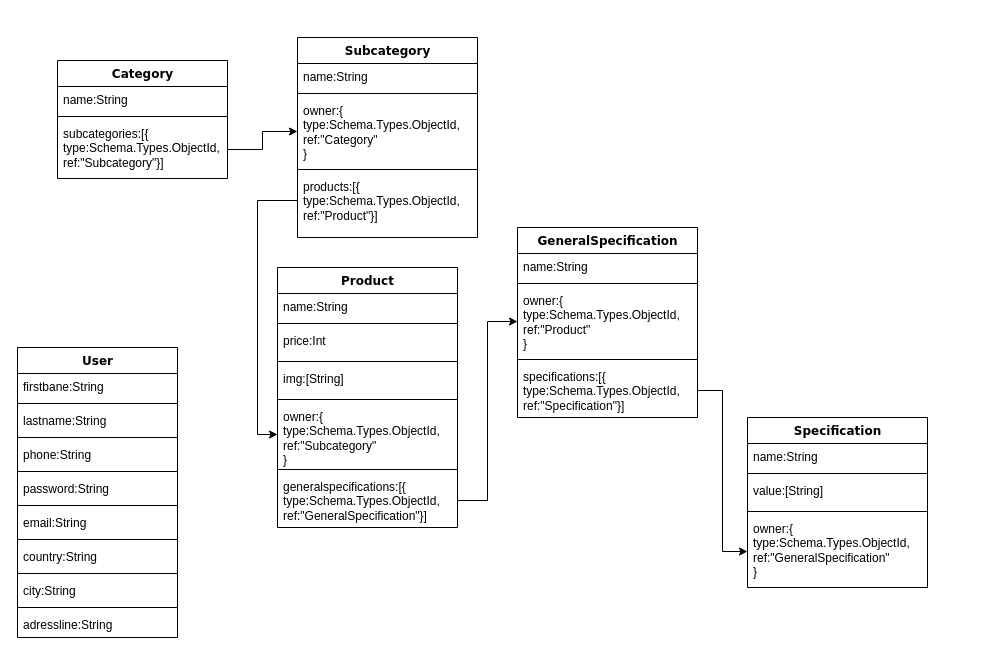
Above: Диаграмма без названия.drawio in Gulianna230488/TeamChallengeBack (draw.io), before the change. Source tidied: cells renumbered, new cells numbered last; positions are measured from the earlier drawing's top-left corner, leaving out a move shared by most shapes. Both pictures are drawn from the tidied source at 100%, with x=0, y=0 at pixel (17, 37).
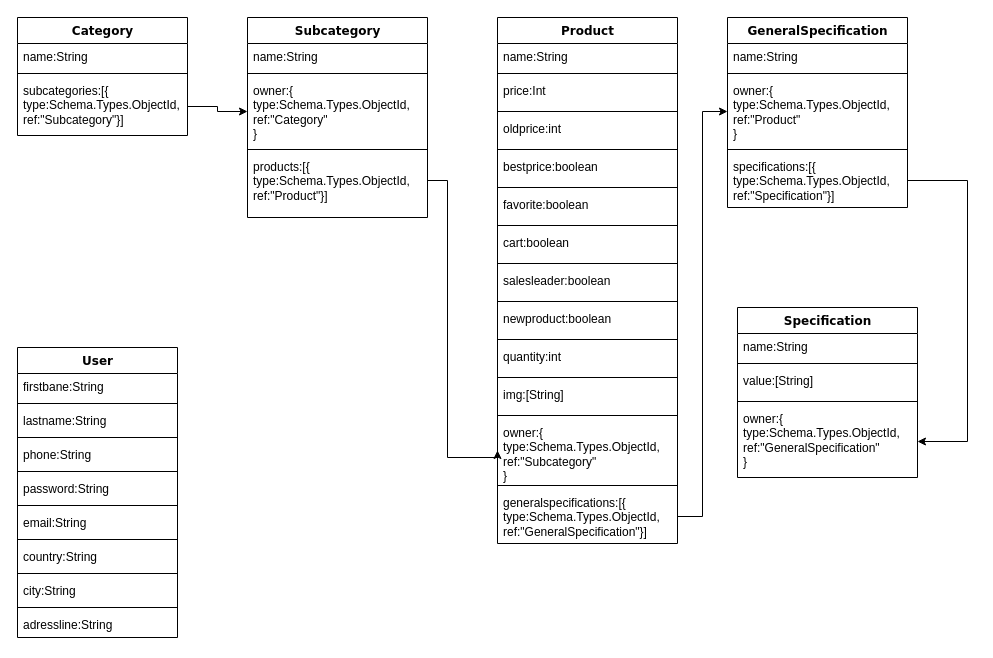
The same page after the edit.

Unchanged cells that the change refers to:
```xml
<mxCell id="40" value="owner:{&lt;div&gt;type:Schema.Types.ObjectId,&lt;/div&gt;&lt;div&gt;ref:&quot;&lt;font face=&quot;Helvetica&quot;&gt;GeneralSpecification&lt;/font&gt;&quot;&lt;/div&gt;&lt;div&gt;}&lt;/div&gt;" style="text;html=1;strokeColor=none;fillColor=none;align=left;verticalAlign=top;spacingLeft=4;spacingRight=4;whiteSpace=wrap;overflow=hidden;points=[[0,0.5],[1,0.5]];portConstraint=eastwest;" parent="35" vertex="1">
  <mxGeometry y="98" width="180" height="72" as="geometry" />
</mxCell>
```

What changed in the source:
```diff
@@
-    <mxCell id="2" value="Category" style="swimlane;html=1;fontStyle=1;align=center;verticalAlign=top;horizontal=1;startSize=26;swimlaneFillColor=#ffffff;rounded=0;shadow=0;comic=0;labelBackgroundColor=none;strokeWidth=1;fillColor=none;fontFamily=Verdana;fontSize=12;" parent="1" vertex="1">
-      <mxGeometry x="40" y="23" width="170" height="118" as="geometry" />
-    </mxCell>
-    <mxCell id="3" value="name:String" style="text;html=1;strokeColor=none;fillColor=none;align=left;verticalAlign=top;spacingLeft=4;spacingRight=4;whiteSpace=wrap;overflow=hidden;" parent="2" vertex="1">
-      <mxGeometry y="26" width="170" height="26" as="geometry" />
-    </mxCell>
-    <mxCell id="4" style="line;html=1;strokeWidth=1;fillColor=none;align=left;verticalAlign=middle;spacingTop=-1;spacingLeft=3;spacingRight=3;labelPosition=right;" parent="2" vertex="1">
-      <mxGeometry y="52" width="170" height="8" as="geometry" />
-    </mxCell>
-    <mxCell id="5" value="subcategories:[{&lt;div&gt;type:Schema.Types.ObjectId,&lt;/div&gt;&lt;div&gt;ref:&quot;Subcategory&quot;}]&lt;/div&gt;" style="text;html=1;strokeColor=none;fillColor=none;align=left;verticalAlign=top;spacingLeft=4;spacingRight=4;whiteSpace=wrap;overflow=hidden;points=[[0,0.5],[1,0.5]];portConstraint=eastwest;" parent="2" vertex="1">
-      <mxGeometry y="60" width="170" height="58" as="geometry" />
-    </mxCell>
-    <mxCell id="6" value="&lt;span style=&quot;text-align: left; text-wrap: wrap;&quot;&gt;&lt;font face=&quot;Verdana&quot;&gt;Subcategory&lt;/font&gt;&lt;/span&gt;" style="swimlane;html=1;fontStyle=1;align=center;verticalAlign=top;horizontal=1;startSize=26;swimlaneFillColor=#ffffff;rounded=0;shadow=0;comic=0;labelBackgroundColor=none;strokeWidth=1;fillColor=none;fontFamily=Verdana;fontSize=12;" parent="1" vertex="1">
-      <mxGeometry x="280" width="180" height="200" as="geometry" />
-    </mxCell>
-    <mxCell id="7" value="name:String" style="text;html=1;strokeColor=none;fillColor=none;align=left;verticalAlign=top;spacingLeft=4;spacingRight=4;whiteSpace=wrap;overflow=hidden;" parent="6" vertex="1">
-      <mxGeometry y="26" width="180" height="26" as="geometry" />
-    </mxCell>
-    <mxCell id="8" style="line;html=1;strokeWidth=1;fillColor=none;align=left;verticalAlign=middle;spacingTop=-1;spacingLeft=3;spacingRight=3;labelPosition=right;" parent="6" vertex="1">
-      <mxGeometry y="52" width="180" height="8" as="geometry" />
-    </mxCell>
-    <mxCell id="9" value="owner:{&lt;div&gt;type:Schema.Types.ObjectId,&lt;/div&gt;&lt;div&gt;ref:&quot;Category&quot;&lt;/div&gt;&lt;div&gt;}&lt;/div&gt;" style="text;html=1;strokeColor=none;fillColor=none;align=left;verticalAlign=top;spacingLeft=4;spacingRight=4;whiteSpace=wrap;overflow=hidden;points=[[0,0.5],[1,0.5]];portConstraint=eastwest;" parent="6" vertex="1">
-      <mxGeometry y="60" width="180" height="68" as="geometry" />
-    </mxCell>
-    <mxCell id="10" style="line;html=1;strokeWidth=1;fillColor=none;align=left;verticalAlign=middle;spacingTop=-1;spacingLeft=3;spacingRight=3;labelPosition=right;" parent="6" vertex="1">
-      <mxGeometry y="128" width="180" height="8" as="geometry" />
-    </mxCell>
-    <mxCell id="11" value="products:[{&lt;div&gt;type:Schema.Types.ObjectId,&lt;/div&gt;&lt;div&gt;ref:&quot;&lt;font face=&quot;Helvetica&quot;&gt;Product&lt;/font&gt;&quot;}]&lt;/div&gt;" style="text;html=1;strokeColor=none;fillColor=none;align=left;verticalAlign=top;spacingLeft=4;spacingRight=4;whiteSpace=wrap;overflow=hidden;points=[[0,0.5],[1,0.5]];portConstraint=eastwest;" parent="6" vertex="1">
-      <mxGeometry y="136" width="180" height="54" as="geometry" />
-    </mxCell>
@@
-    <mxCell id="28" value="&lt;span style=&quot;text-align: left; text-wrap: wrap;&quot;&gt;&lt;font face=&quot;Verdana&quot;&gt;GeneralSpecification&lt;/font&gt;&lt;/span&gt;" style="swimlane;html=1;fontStyle=1;align=center;verticalAlign=top;horizontal=1;startSize=26;swimlaneFillColor=#ffffff;rounded=0;shadow=0;comic=0;labelBackgroundColor=none;strokeWidth=1;fillColor=none;fontFamily=Verdana;fontSize=12;" parent="1" vertex="1">
-      <mxGeometry x="500" y="190" width="180" height="190" as="geometry" />
-    </mxCell>
-    <mxCell id="29" value="name:String" style="text;html=1;strokeColor=none;fillColor=none;align=left;verticalAlign=top;spacingLeft=4;spacingRight=4;whiteSpace=wrap;overflow=hidden;" parent="28" vertex="1">
-      <mxGeometry y="26" width="180" height="26" as="geometry" />
-    </mxCell>
-    <mxCell id="30" style="line;html=1;strokeWidth=1;fillColor=none;align=left;verticalAlign=middle;spacingTop=-1;spacingLeft=3;spacingRight=3;labelPosition=right;" parent="28" vertex="1">
-      <mxGeometry y="52" width="180" height="8" as="geometry" />
-    </mxCell>
-    <mxCell id="31" value="owner:{&lt;div&gt;type:Schema.Types.ObjectId,&lt;/div&gt;&lt;div&gt;ref:&quot;&lt;font style=&quot;&quot; face=&quot;Helvetica&quot;&gt;Product&lt;/font&gt;&quot;&lt;/div&gt;&lt;div&gt;}&lt;/div&gt;" style="text;html=1;strokeColor=none;fillColor=none;align=left;verticalAlign=top;spacingLeft=4;spacingRight=4;whiteSpace=wrap;overflow=hidden;points=[[0,0.5],[1,0.5]];portConstraint=eastwest;" parent="28" vertex="1">
-      <mxGeometry y="60" width="180" height="68" as="geometry" />
-    </mxCell>
-    <mxCell id="32" style="line;html=1;strokeWidth=1;fillColor=none;align=left;verticalAlign=middle;spacingTop=-1;spacingLeft=3;spacingRight=3;labelPosition=right;" parent="28" vertex="1">
-      <mxGeometry y="128" width="180" height="8" as="geometry" />
-    </mxCell>
-    <mxCell id="33" value="specifications:[{&lt;div&gt;type:Schema.Types.ObjectId,&lt;/div&gt;&lt;div&gt;ref:&quot;Specification&quot;}]&lt;/div&gt;" style="text;html=1;strokeColor=none;fillColor=none;align=left;verticalAlign=top;spacingLeft=4;spacingRight=4;whiteSpace=wrap;overflow=hidden;points=[[0,0.5],[1,0.5]];portConstraint=eastwest;" parent="28" vertex="1">
-      <mxGeometry y="136" width="180" height="54" as="geometry" />
-    </mxCell>
+    <mxCell id="2" value="Category" style="swimlane;html=1;fontStyle=1;align=center;verticalAlign=top;horizontal=1;startSize=26;swimlaneFillColor=#ffffff;rounded=0;shadow=0;comic=0;labelBackgroundColor=none;strokeWidth=1;fillColor=none;fontFamily=Verdana;fontSize=12;" parent="1" vertex="1">
+      <mxGeometry y="-20" width="170" height="118" as="geometry" />
+    </mxCell>
+    <mxCell id="3" value="name:String" style="text;html=1;strokeColor=none;fillColor=none;align=left;verticalAlign=top;spacingLeft=4;spacingRight=4;whiteSpace=wrap;overflow=hidden;" parent="2" vertex="1">
+      <mxGeometry y="26" width="170" height="26" as="geometry" />
+    </mxCell>
+    <mxCell id="4" style="line;html=1;strokeWidth=1;fillColor=none;align=left;verticalAlign=middle;spacingTop=-1;spacingLeft=3;spacingRight=3;labelPosition=right;" parent="2" vertex="1">
+      <mxGeometry y="52" width="170" height="8" as="geometry" />
+    </mxCell>
+    <mxCell id="5" value="subcategories:[{&lt;div&gt;type:Schema.Types.ObjectId,&lt;/div&gt;&lt;div&gt;ref:&quot;Subcategory&quot;}]&lt;/div&gt;" style="text;html=1;strokeColor=none;fillColor=none;align=left;verticalAlign=top;spacingLeft=4;spacingRight=4;whiteSpace=wrap;overflow=hidden;points=[[0,0.5],[1,0.5]];portConstraint=eastwest;" parent="2" vertex="1">
+      <mxGeometry y="60" width="170" height="58" as="geometry" />
+    </mxCell>
+    <mxCell id="6" value="&lt;span style=&quot;text-align: left; text-wrap: wrap;&quot;&gt;&lt;font face=&quot;Verdana&quot;&gt;Subcategory&lt;/font&gt;&lt;/span&gt;" style="swimlane;html=1;fontStyle=1;align=center;verticalAlign=top;horizontal=1;startSize=26;swimlaneFillColor=#ffffff;rounded=0;shadow=0;comic=0;labelBackgroundColor=none;strokeWidth=1;fillColor=none;fontFamily=Verdana;fontSize=12;" parent="1" vertex="1">
+      <mxGeometry x="230" y="-20" width="180" height="200" as="geometry" />
+    </mxCell>
+    <mxCell id="54" value="name:String" style="text;html=1;strokeColor=none;fillColor=none;align=left;verticalAlign=top;spacingLeft=4;spacingRight=4;whiteSpace=wrap;overflow=hidden;" parent="6" vertex="1">
+      <mxGeometry y="26" width="180" height="26" as="geometry" />
+    </mxCell>
+    <mxCell id="55" style="line;html=1;strokeWidth=1;fillColor=none;align=left;verticalAlign=middle;spacingTop=-1;spacingLeft=3;spacingRight=3;labelPosition=right;" parent="6" vertex="1">
+      <mxGeometry y="52" width="180" height="8" as="geometry" />
+    </mxCell>
+    <mxCell id="9" value="owner:{&lt;div&gt;type:Schema.Types.ObjectId,&lt;/div&gt;&lt;div&gt;ref:&quot;Category&quot;&lt;/div&gt;&lt;div&gt;}&lt;/div&gt;" style="text;html=1;strokeColor=none;fillColor=none;align=left;verticalAlign=top;spacingLeft=4;spacingRight=4;whiteSpace=wrap;overflow=hidden;points=[[0,0.5],[1,0.5]];portConstraint=eastwest;" parent="6" vertex="1">
+      <mxGeometry y="60" width="180" height="68" as="geometry" />
+    </mxCell>
+    <mxCell id="56" style="line;html=1;strokeWidth=1;fillColor=none;align=left;verticalAlign=middle;spacingTop=-1;spacingLeft=3;spacingRight=3;labelPosition=right;" parent="6" vertex="1">
+      <mxGeometry y="128" width="180" height="8" as="geometry" />
+    </mxCell>
+    <mxCell id="11" value="products:[{&lt;div&gt;type:Schema.Types.ObjectId,&lt;/div&gt;&lt;div&gt;ref:&quot;&lt;font face=&quot;Helvetica&quot;&gt;Product&lt;/font&gt;&quot;}]&lt;/div&gt;" style="text;html=1;strokeColor=none;fillColor=none;align=left;verticalAlign=top;spacingLeft=4;spacingRight=4;whiteSpace=wrap;overflow=hidden;points=[[0,0.5],[1,0.5]];portConstraint=eastwest;" parent="6" vertex="1">
+      <mxGeometry y="136" width="180" height="54" as="geometry" />
+    </mxCell>
@@
     <mxCell id="35" value="&lt;span style=&quot;text-align: left; text-wrap: wrap;&quot;&gt;&lt;font face=&quot;Verdana&quot;&gt;Specification&lt;/font&gt;&lt;/span&gt;" style="swimlane;html=1;fontStyle=1;align=center;verticalAlign=top;horizontal=1;startSize=26;swimlaneFillColor=#ffffff;rounded=0;shadow=0;comic=0;labelBackgroundColor=none;strokeWidth=1;fillColor=none;fontFamily=Verdana;fontSize=12;" parent="1" vertex="1">
-      <mxGeometry x="730" y="380" width="180" height="170" as="geometry" />
+      <mxGeometry x="720" y="270" width="180" height="170" as="geometry" />
     </mxCell>
-    <mxCell id="36" value="name:String" style="text;html=1;strokeColor=none;fillColor=none;align=left;verticalAlign=top;spacingLeft=4;spacingRight=4;whiteSpace=wrap;overflow=hidden;" parent="35" vertex="1">
-      <mxGeometry y="26" width="180" height="26" as="geometry" />
-    </mxCell>
-    <mxCell id="37" style="line;html=1;strokeWidth=1;fillColor=none;align=left;verticalAlign=middle;spacingTop=-1;spacingLeft=3;spacingRight=3;labelPosition=right;" parent="35" vertex="1">
-      <mxGeometry y="52" width="180" height="8" as="geometry" />
-    </mxCell>
+    <mxCell id="57" value="name:String" style="text;html=1;strokeColor=none;fillColor=none;align=left;verticalAlign=top;spacingLeft=4;spacingRight=4;whiteSpace=wrap;overflow=hidden;" parent="35" vertex="1">
+      <mxGeometry y="26" width="180" height="26" as="geometry" />
+    </mxCell>
+    <mxCell id="58" style="line;html=1;strokeWidth=1;fillColor=none;align=left;verticalAlign=middle;spacingTop=-1;spacingLeft=3;spacingRight=3;labelPosition=right;" parent="35" vertex="1">
+      <mxGeometry y="52" width="180" height="8" as="geometry" />
+    </mxCell>
@@
-    <mxCell id="39" style="line;html=1;strokeWidth=1;fillColor=none;align=left;verticalAlign=middle;spacingTop=-1;spacingLeft=3;spacingRight=3;labelPosition=right;" parent="35" vertex="1">
-      <mxGeometry y="90" width="180" height="8" as="geometry" />
-    </mxCell>
+    <mxCell id="59" style="line;html=1;strokeWidth=1;fillColor=none;align=left;verticalAlign=middle;spacingTop=-1;spacingLeft=3;spacingRight=3;labelPosition=right;" parent="35" vertex="1">
+      <mxGeometry y="90" width="180" height="8" as="geometry" />
+    </mxCell>
@@
     <mxCell id="41" style="edgeStyle=orthogonalEdgeStyle;rounded=0;jettySize=auto;html=1;" parent="1" edge="1" source="33" target="40">
-      <mxGeometry relative="1" as="geometry" />
+      <mxGeometry relative="1" as="geometry">
+        <Array as="points">
+          <mxPoint x="950" y="143" />
+          <mxPoint x="950" y="404" />
+        </Array>
+      </mxGeometry>
     </mxCell>
     <mxCell id="42" value="&lt;span style=&quot;text-align: left; text-wrap: wrap;&quot;&gt;&lt;font face=&quot;Verdana&quot;&gt;Product&lt;/font&gt;&lt;/span&gt;" style="swimlane;html=1;fontStyle=1;align=center;verticalAlign=top;horizontal=1;startSize=26;swimlaneFillColor=#ffffff;rounded=0;shadow=0;comic=0;labelBackgroundColor=none;strokeWidth=1;fillColor=none;fontFamily=Verdana;fontSize=12;" parent="1" vertex="1">
-      <mxGeometry x="260" y="230" width="180" height="260" as="geometry" />
+      <mxGeometry x="480" y="-20" width="180" height="526" as="geometry" />
     </mxCell>
-    <mxCell id="43" value="name:String" style="text;html=1;strokeColor=none;fillColor=none;align=left;verticalAlign=top;spacingLeft=4;spacingRight=4;whiteSpace=wrap;overflow=hidden;" parent="42" vertex="1">
-      <mxGeometry y="26" width="180" height="26" as="geometry" />
-    </mxCell>
-    <mxCell id="44" style="line;html=1;strokeWidth=1;fillColor=none;align=left;verticalAlign=middle;spacingTop=-1;spacingLeft=3;spacingRight=3;labelPosition=right;" parent="42" vertex="1">
-      <mxGeometry y="52" width="180" height="8" as="geometry" />
-    </mxCell>
+    <mxCell id="60" value="name:String" style="text;html=1;strokeColor=none;fillColor=none;align=left;verticalAlign=top;spacingLeft=4;spacingRight=4;whiteSpace=wrap;overflow=hidden;" parent="42" vertex="1">
+      <mxGeometry y="26" width="180" height="26" as="geometry" />
+    </mxCell>
+    <mxCell id="61" style="line;html=1;strokeWidth=1;fillColor=none;align=left;verticalAlign=middle;spacingTop=-1;spacingLeft=3;spacingRight=3;labelPosition=right;" parent="42" vertex="1">
+      <mxGeometry y="52" width="180" height="8" as="geometry" />
+    </mxCell>
@@
-    <mxCell id="46" style="line;html=1;strokeWidth=1;fillColor=none;align=left;verticalAlign=middle;spacingTop=-1;spacingLeft=3;spacingRight=3;labelPosition=right;" parent="42" vertex="1">
-      <mxGeometry y="90" width="180" height="8" as="geometry" />
-    </mxCell>
+    <mxCell id="62" style="line;html=1;strokeWidth=1;fillColor=none;align=left;verticalAlign=middle;spacingTop=-1;spacingLeft=3;spacingRight=3;labelPosition=right;" parent="42" vertex="1">
+      <mxGeometry y="90" width="180" height="8" as="geometry" />
+    </mxCell>
+    <mxCell id="63" value="oldprice:int" style="text;html=1;strokeColor=none;fillColor=none;align=left;verticalAlign=top;spacingLeft=4;spacingRight=4;whiteSpace=wrap;overflow=hidden;" parent="42" vertex="1">
+      <mxGeometry y="98" width="180" height="30" as="geometry" />
+    </mxCell>
+    <mxCell id="64" style="line;html=1;strokeWidth=1;fillColor=none;align=left;verticalAlign=middle;spacingTop=-1;spacingLeft=3;spacingRight=3;labelPosition=right;" parent="42" vertex="1">
+      <mxGeometry y="128" width="180" height="8" as="geometry" />
+    </mxCell>
+    <mxCell id="65" value="bestprice:boolean" style="text;html=1;strokeColor=none;fillColor=none;align=left;verticalAlign=top;spacingLeft=4;spacingRight=4;whiteSpace=wrap;overflow=hidden;" parent="42" vertex="1">
+      <mxGeometry y="136" width="180" height="30" as="geometry" />
+    </mxCell>
+    <mxCell id="66" style="line;html=1;strokeWidth=1;fillColor=none;align=left;verticalAlign=middle;spacingTop=-1;spacingLeft=3;spacingRight=3;labelPosition=right;" parent="42" vertex="1">
+      <mxGeometry y="166" width="180" height="8" as="geometry" />
+    </mxCell>
+    <mxCell id="67" value="favorite:boolean" style="text;html=1;strokeColor=none;fillColor=none;align=left;verticalAlign=top;spacingLeft=4;spacingRight=4;whiteSpace=wrap;overflow=hidden;" parent="42" vertex="1">
+      <mxGeometry y="174" width="180" height="30" as="geometry" />
+    </mxCell>
+    <mxCell id="68" style="line;html=1;strokeWidth=1;fillColor=none;align=left;verticalAlign=middle;spacingTop=-1;spacingLeft=3;spacingRight=3;labelPosition=right;" parent="42" vertex="1">
+      <mxGeometry y="204" width="180" height="8" as="geometry" />
+    </mxCell>
+    <mxCell id="69" value="cart:boolean" style="text;html=1;strokeColor=none;fillColor=none;align=left;verticalAlign=top;spacingLeft=4;spacingRight=4;whiteSpace=wrap;overflow=hidden;" parent="42" vertex="1">
+      <mxGeometry y="212" width="180" height="30" as="geometry" />
+    </mxCell>
+    <mxCell id="70" style="line;html=1;strokeWidth=1;fillColor=none;align=left;verticalAlign=middle;spacingTop=-1;spacingLeft=3;spacingRight=3;labelPosition=right;" parent="42" vertex="1">
+      <mxGeometry y="242" width="180" height="8" as="geometry" />
+    </mxCell>
+    <mxCell id="71" value="salesleader:boolean" style="text;html=1;strokeColor=none;fillColor=none;align=left;verticalAlign=top;spacingLeft=4;spacingRight=4;whiteSpace=wrap;overflow=hidden;" parent="42" vertex="1">
+      <mxGeometry y="250" width="180" height="30" as="geometry" />
+    </mxCell>
+    <mxCell id="72" style="line;html=1;strokeWidth=1;fillColor=none;align=left;verticalAlign=middle;spacingTop=-1;spacingLeft=3;spacingRight=3;labelPosition=right;" parent="42" vertex="1">
+      <mxGeometry y="280" width="180" height="8" as="geometry" />
+    </mxCell>
+    <mxCell id="73" value="newproduct:boolean" style="text;html=1;strokeColor=none;fillColor=none;align=left;verticalAlign=top;spacingLeft=4;spacingRight=4;whiteSpace=wrap;overflow=hidden;" parent="42" vertex="1">
+      <mxGeometry y="288" width="180" height="30" as="geometry" />
+    </mxCell>
+    <mxCell id="74" style="line;html=1;strokeWidth=1;fillColor=none;align=left;verticalAlign=middle;spacingTop=-1;spacingLeft=3;spacingRight=3;labelPosition=right;" parent="42" vertex="1">
+      <mxGeometry y="318" width="180" height="8" as="geometry" />
+    </mxCell>
+    <mxCell id="75" value="quantity:int" style="text;html=1;strokeColor=none;fillColor=none;align=left;verticalAlign=top;spacingLeft=4;spacingRight=4;whiteSpace=wrap;overflow=hidden;" parent="42" vertex="1">
+      <mxGeometry y="326" width="180" height="30" as="geometry" />
+    </mxCell>
+    <mxCell id="76" style="line;html=1;strokeWidth=1;fillColor=none;align=left;verticalAlign=middle;spacingTop=-1;spacingLeft=3;spacingRight=3;labelPosition=right;" parent="42" vertex="1">
+      <mxGeometry y="356" width="180" height="8" as="geometry" />
+    </mxCell>
     <mxCell id="47" value="img:[String]" style="text;html=1;strokeColor=none;fillColor=none;align=left;verticalAlign=top;spacingLeft=4;spacingRight=4;whiteSpace=wrap;overflow=hidden;" parent="42" vertex="1">
-      <mxGeometry y="98" width="180" height="30" as="geometry" />
+      <mxGeometry y="364" width="180" height="30" as="geometry" />
     </mxCell>
-    <mxCell id="48" style="line;html=1;strokeWidth=1;fillColor=none;align=left;verticalAlign=middle;spacingTop=-1;spacingLeft=3;spacingRight=3;labelPosition=right;" parent="42" vertex="1">
-      <mxGeometry y="128" width="180" height="8" as="geometry" />
-    </mxCell>
+    <mxCell id="77" style="line;html=1;strokeWidth=1;fillColor=none;align=left;verticalAlign=middle;spacingTop=-1;spacingLeft=3;spacingRight=3;labelPosition=right;" parent="42" vertex="1">
+      <mxGeometry y="394" width="180" height="8" as="geometry" />
+    </mxCell>
     <mxCell id="49" value="owner:{&lt;div&gt;type:Schema.Types.ObjectId,&lt;/div&gt;&lt;div&gt;ref:&quot;Subcategory&quot;&lt;/div&gt;&lt;div&gt;}&lt;/div&gt;" style="text;html=1;strokeColor=none;fillColor=none;align=left;verticalAlign=top;spacingLeft=4;spacingRight=4;whiteSpace=wrap;overflow=hidden;points=[[0,0.5],[1,0.5]];portConstraint=eastwest;" parent="42" vertex="1">
-      <mxGeometry y="136" width="180" height="62" as="geometry" />
+      <mxGeometry y="402" width="180" height="62" as="geometry" />
     </mxCell>
-    <mxCell id="50" style="line;html=1;strokeWidth=1;fillColor=none;align=left;verticalAlign=middle;spacingTop=-1;spacingLeft=3;spacingRight=3;labelPosition=right;" parent="42" vertex="1">
-      <mxGeometry y="198" width="180" height="8" as="geometry" />
-    </mxCell>
+    <mxCell id="78" style="line;html=1;strokeWidth=1;fillColor=none;align=left;verticalAlign=middle;spacingTop=-1;spacingLeft=3;spacingRight=3;labelPosition=right;" parent="42" vertex="1">
+      <mxGeometry y="464" width="180" height="8" as="geometry" />
+    </mxCell>
     <mxCell id="51" value="generalspecifications:[{&lt;div&gt;type:Schema.Types.ObjectId,&lt;/div&gt;&lt;div&gt;ref:&quot;GeneralSpecification&quot;}]&lt;/div&gt;" style="text;html=1;strokeColor=none;fillColor=none;align=left;verticalAlign=top;spacingLeft=4;spacingRight=4;whiteSpace=wrap;overflow=hidden;points=[[0,0.5],[1,0.5]];portConstraint=eastwest;" parent="42" vertex="1">
-      <mxGeometry y="206" width="180" height="54" as="geometry" />
+      <mxGeometry y="472" width="180" height="54" as="geometry" />
     </mxCell>
     <mxCell id="52" style="edgeStyle=orthogonalEdgeStyle;rounded=0;jettySize=auto;html=1;entryX=0;entryY=0.5;entryDx=0;entryDy=0;" parent="1" edge="1" source="11" target="49">
-      <mxGeometry relative="1" as="geometry" />
+      <mxGeometry relative="1" as="geometry">
+        <Array as="points">
+          <mxPoint x="430" y="143" />
+          <mxPoint x="430" y="420" />
+          <mxPoint x="480" y="420" />
+        </Array>
+      </mxGeometry>
     </mxCell>
@@
+    <mxCell id="28" value="&lt;span style=&quot;text-align: left; text-wrap: wrap;&quot;&gt;&lt;font face=&quot;Verdana&quot;&gt;GeneralSpecification&lt;/font&gt;&lt;/span&gt;" style="swimlane;html=1;fontStyle=1;align=center;verticalAlign=top;horizontal=1;startSize=26;swimlaneFillColor=#ffffff;rounded=0;shadow=0;comic=0;labelBackgroundColor=none;strokeWidth=1;fillColor=none;fontFamily=Verdana;fontSize=12;" parent="1" vertex="1">
+      <mxGeometry x="710" y="-20" width="180" height="190" as="geometry" />
+    </mxCell>
+    <mxCell id="79" value="name:String" style="text;html=1;strokeColor=none;fillColor=none;align=left;verticalAlign=top;spacingLeft=4;spacingRight=4;whiteSpace=wrap;overflow=hidden;" parent="28" vertex="1">
+      <mxGeometry y="26" width="180" height="26" as="geometry" />
+    </mxCell>
+    <mxCell id="80" style="line;html=1;strokeWidth=1;fillColor=none;align=left;verticalAlign=middle;spacingTop=-1;spacingLeft=3;spacingRight=3;labelPosition=right;" parent="28" vertex="1">
+      <mxGeometry y="52" width="180" height="8" as="geometry" />
+    </mxCell>
+    <mxCell id="31" value="owner:{&lt;div&gt;type:Schema.Types.ObjectId,&lt;/div&gt;&lt;div&gt;ref:&quot;&lt;font style=&quot;&quot; face=&quot;Helvetica&quot;&gt;Product&lt;/font&gt;&quot;&lt;/div&gt;&lt;div&gt;}&lt;/div&gt;" style="text;html=1;strokeColor=none;fillColor=none;align=left;verticalAlign=top;spacingLeft=4;spacingRight=4;whiteSpace=wrap;overflow=hidden;points=[[0,0.5],[1,0.5]];portConstraint=eastwest;" parent="28" vertex="1">
+      <mxGeometry y="60" width="180" height="68" as="geometry" />
+    </mxCell>
+    <mxCell id="81" style="line;html=1;strokeWidth=1;fillColor=none;align=left;verticalAlign=middle;spacingTop=-1;spacingLeft=3;spacingRight=3;labelPosition=right;" parent="28" vertex="1">
+      <mxGeometry y="128" width="180" height="8" as="geometry" />
+    </mxCell>
+    <mxCell id="33" value="specifications:[{&lt;div&gt;type:Schema.Types.ObjectId,&lt;/div&gt;&lt;div&gt;ref:&quot;Specification&quot;}]&lt;/div&gt;" style="text;html=1;strokeColor=none;fillColor=none;align=left;verticalAlign=top;spacingLeft=4;spacingRight=4;whiteSpace=wrap;overflow=hidden;points=[[0,0.5],[1,0.5]];portConstraint=eastwest;" parent="28" vertex="1">
+      <mxGeometry y="136" width="180" height="54" as="geometry" />
+    </mxCell>
```
